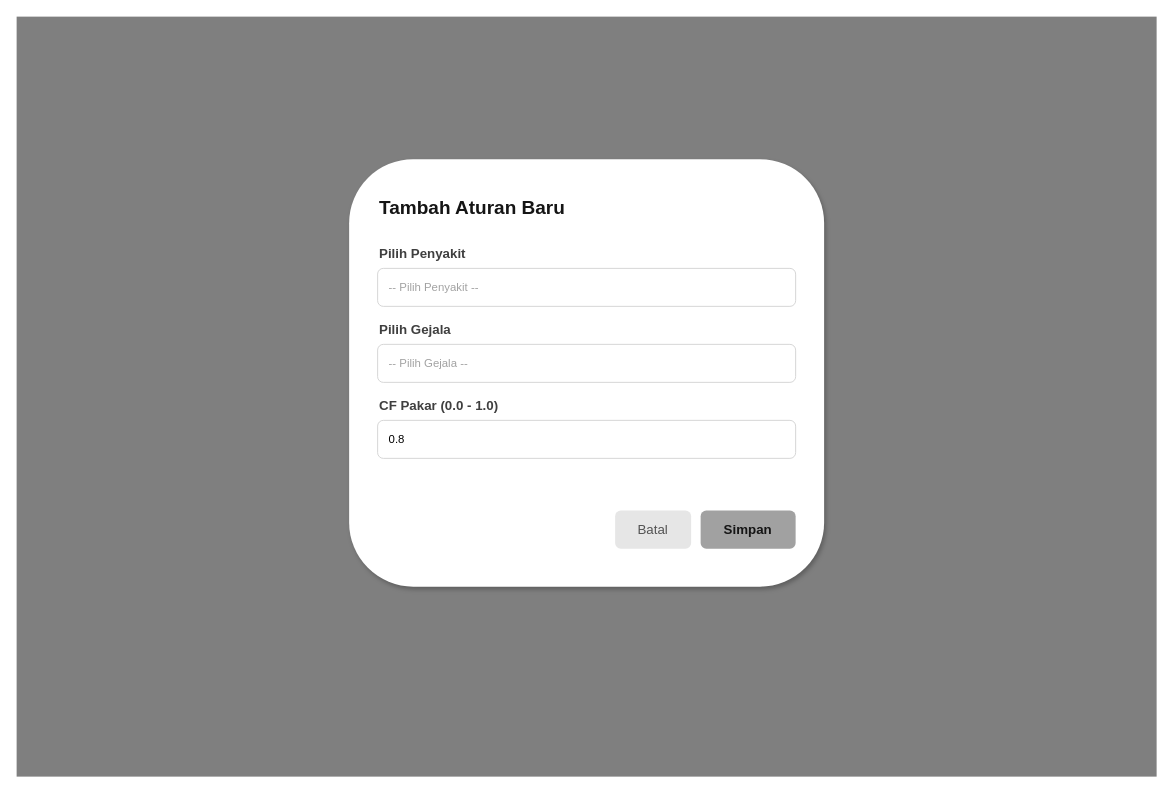
Above: diagram/desain_backup/admin-tambah-aturan.drawio in RajaSunrise/kangkungku (draw.io), before the change. Source tidied: cells renumbered, new cells numbered last; positions are measured from the earlier drawing's top-left corner, leaving out a move shared by most shapes. Both pictures are drawn from the tidied source at 95%, with x=0, y=0 at pixel (16, 16).
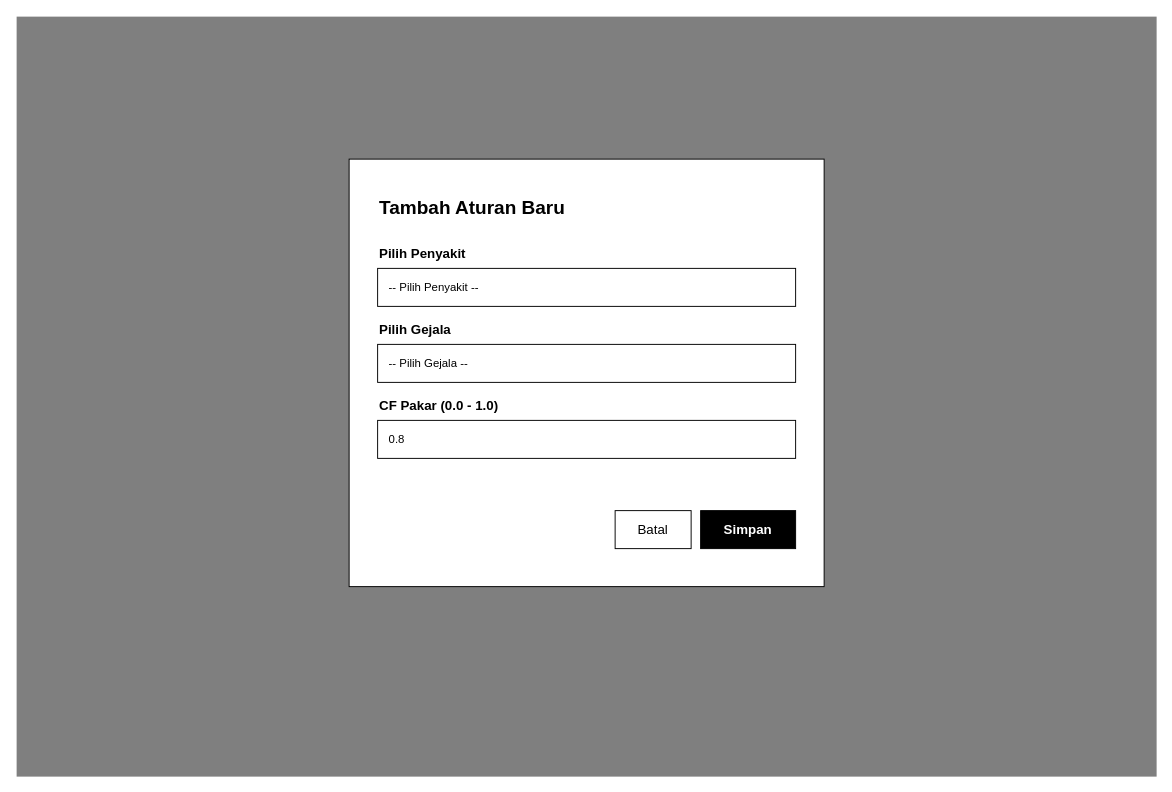
The same page after the edit.

The edit, as a diff of the source:
```diff
@@
 <mxGraphModel>
   <root>
     <mxCell id="0" />
     <mxCell id="1" parent="0" />
     <mxCell id="2" style="rounded=0;whiteSpace=wrap;html=1;fillColor=#000000;fillOpacity=50;strokeColor=none;" parent="1" vertex="1">
       <mxGeometry width="1200" height="800" as="geometry" />
     </mxCell>
-    <mxCell id="3" style="rounded=1;whiteSpace=wrap;html=1;fillColor=#FFFFFF;strokeColor=none;shadow=1;" parent="1" vertex="1">
+    <mxCell id="3" style="rounded=0;whiteSpace=wrap;html=1;fillColor=#FFFFFF;strokeColor=#000000;" parent="1" vertex="1">
       <mxGeometry x="350" y="150" width="500" height="450" as="geometry" />
     </mxCell>
-    <mxCell id="4" value="Tambah Aturan Baru" style="text;html=1;strokeColor=none;fillColor=none;align=left;verticalAlign=middle;whiteSpace=wrap;rounded=0;fontColor=#151515;fontSize=20;fontStyle=1;" parent="1" vertex="1">
+    <mxCell id="4" value="Tambah Aturan Baru" style="text;html=1;strokeColor=none;fillColor=none;align=left;verticalAlign=middle;whiteSpace=wrap;rounded=0;fontColor=#000000;fontSize=20;fontStyle=1;" parent="1" vertex="1">
       <mxGeometry x="380" y="180" width="300" height="40" as="geometry" />
     </mxCell>
-    <mxCell id="5" value="Pilih Penyakit" style="text;html=1;strokeColor=none;fillColor=none;align=left;verticalAlign=middle;whiteSpace=wrap;rounded=0;fontColor=#3F3F3F;fontSize=14;fontStyle=1;" parent="1" vertex="1">
+    <mxCell id="5" value="Pilih Penyakit" style="text;html=1;strokeColor=none;fillColor=none;align=left;verticalAlign=middle;whiteSpace=wrap;rounded=0;fontColor=#000000;fontSize=14;fontStyle=1;" parent="1" vertex="1">
       <mxGeometry x="380" y="240" width="150" height="20" as="geometry" />
     </mxCell>
-    <mxCell id="6" value="-- Pilih Penyakit --" style="rounded=1;whiteSpace=wrap;html=1;fillColor=#FFFFFF;strokeColor=#D4D4D4;align=left;spacingLeft=10;fontColor=#A2A2A2;" parent="1" vertex="1">
+    <mxCell id="6" value="-- Pilih Penyakit --" style="rounded=0;whiteSpace=wrap;html=1;fillColor=#FFFFFF;strokeColor=#000000;align=left;spacingLeft=10;fontColor=#000000;" parent="1" vertex="1">
       <mxGeometry x="380" y="265" width="440" height="40" as="geometry" />
     </mxCell>
-    <mxCell id="7" value="Pilih Gejala" style="text;html=1;strokeColor=none;fillColor=none;align=left;verticalAlign=middle;whiteSpace=wrap;rounded=0;fontColor=#3F3F3F;fontSize=14;fontStyle=1;" parent="1" vertex="1">
+    <mxCell id="7" value="Pilih Gejala" style="text;html=1;strokeColor=none;fillColor=none;align=left;verticalAlign=middle;whiteSpace=wrap;rounded=0;fontColor=#000000;fontSize=14;fontStyle=1;" parent="1" vertex="1">
       <mxGeometry x="380" y="320" width="150" height="20" as="geometry" />
     </mxCell>
-    <mxCell id="8" value="-- Pilih Gejala --" style="rounded=1;whiteSpace=wrap;html=1;fillColor=#FFFFFF;strokeColor=#D4D4D4;align=left;spacingLeft=10;fontColor=#A2A2A2;" parent="1" vertex="1">
+    <mxCell id="8" value="-- Pilih Gejala --" style="rounded=0;whiteSpace=wrap;html=1;fillColor=#FFFFFF;strokeColor=#000000;align=left;spacingLeft=10;fontColor=#000000;" parent="1" vertex="1">
       <mxGeometry x="380" y="345" width="440" height="40" as="geometry" />
     </mxCell>
-    <mxCell id="9" value="CF Pakar (0.0 - 1.0)" style="text;html=1;strokeColor=none;fillColor=none;align=left;verticalAlign=middle;whiteSpace=wrap;rounded=0;fontColor=#3F3F3F;fontSize=14;fontStyle=1;" parent="1" vertex="1">
+    <mxCell id="9" value="CF Pakar (0.0 - 1.0)" style="text;html=1;strokeColor=none;fillColor=none;align=left;verticalAlign=middle;whiteSpace=wrap;rounded=0;fontColor=#000000;fontSize=14;fontStyle=1;" parent="1" vertex="1">
       <mxGeometry x="380" y="400" width="200" height="20" as="geometry" />
     </mxCell>
-    <mxCell id="10" value="0.8" style="rounded=1;whiteSpace=wrap;html=1;fillColor=#FFFFFF;strokeColor=#D4D4D4;align=left;spacingLeft=10;" parent="1" vertex="1">
+    <mxCell id="10" value="0.8" style="rounded=0;whiteSpace=wrap;html=1;fillColor=#FFFFFF;strokeColor=#000000;align=left;spacingLeft=10;" parent="1" vertex="1">
       <mxGeometry x="380" y="425" width="440" height="40" as="geometry" />
     </mxCell>
-    <mxCell id="11" value="Batal" style="rounded=1;whiteSpace=wrap;html=1;fillColor=#E6E6E6;strokeColor=none;fontColor=#535353;fontSize=14;" parent="1" vertex="1">
+    <mxCell id="11" value="Batal" style="rounded=0;whiteSpace=wrap;html=1;fillColor=#FFFFFF;strokeColor=#000000;fontColor=#000000;fontSize=14;" parent="1" vertex="1">
       <mxGeometry x="630" y="520" width="80" height="40" as="geometry" />
     </mxCell>
-    <mxCell id="12" value="Simpan" style="rounded=1;whiteSpace=wrap;html=1;fillColor=#A1A1A1;strokeColor=none;fontColor=#151515;fontStyle=1;fontSize=14;" parent="1" vertex="1">
+    <mxCell id="12" value="Simpan" style="rounded=0;whiteSpace=wrap;html=1;fillColor=#000000;strokeColor=#000000;fontColor=#FFFFFF;fontStyle=1;fontSize=14;" parent="1" vertex="1">
       <mxGeometry x="720" y="520" width="100" height="40" as="geometry" />
     </mxCell>
   </root>
 </mxGraphModel>
```
